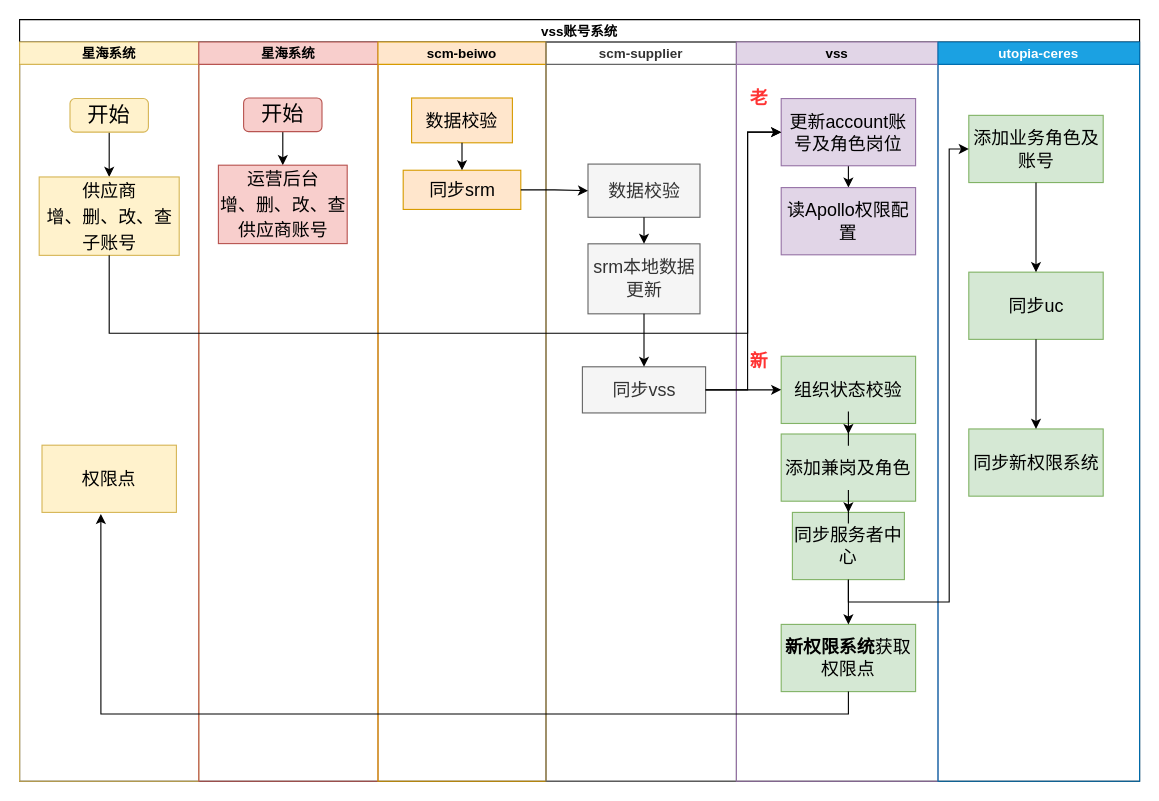
Earlier version of the draw.io diagram page "第 2 页" (2 of 2) of vss运营后台编辑.drawio (jiangtao2048/diagrams). Source tidied: cells renumbered, new cells numbered last; positions are measured from the earlier drawing's top-left corner, leaving out a move shared by most shapes. Both pictures are drawn from the tidied source at 112%, with x=0, y=0 at pixel (19, 19).
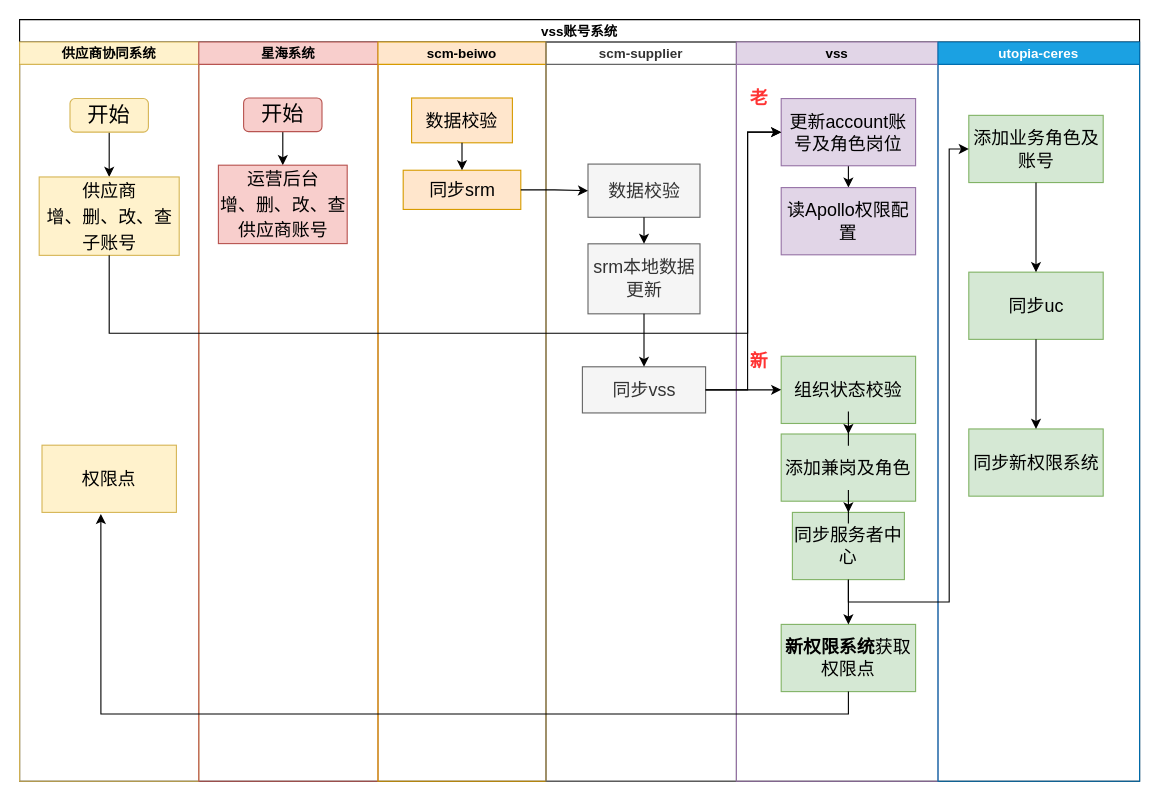
The same page after the edit.

Unchanged cells that the change refers to:
```xml
<mxCell id="2" value="vss账号系统" style="swimlane;startSize=20;" parent="1" vertex="1">
  <mxGeometry width="1000" height="680" as="geometry" />
</mxCell>
```

Change to the diagram source:
```diff
@@
-    <mxCell id="3" value="星海系统" style="swimlane;startSize=20;fillColor=#fff2cc;strokeColor=#d6b656;" parent="2" vertex="1">
+    <mxCell id="3" value="供应商协同系统" style="swimlane;startSize=20;fillColor=#fff2cc;strokeColor=#d6b656;" parent="2" vertex="1">
       <mxGeometry y="20" width="160" height="660" as="geometry" />
     </mxCell>
```
